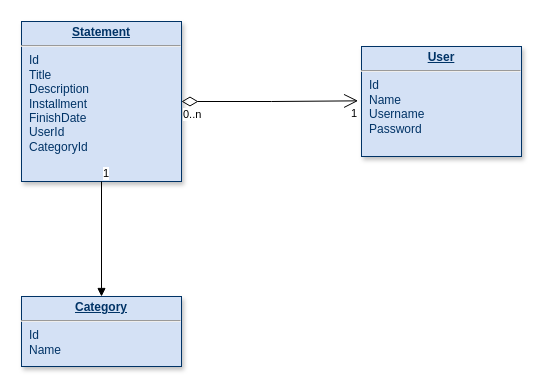
Before: data-model-example.drawio in gustavo-bossolani/cow-api, a draw.io diagram. Source tidied: cells renumbered, new cells numbered last; positions are measured from the earlier drawing's top-left corner, leaving out a move shared by most shapes. Both pictures are drawn from the tidied source at 100%, with x=0, y=0 at pixel (21, 21).
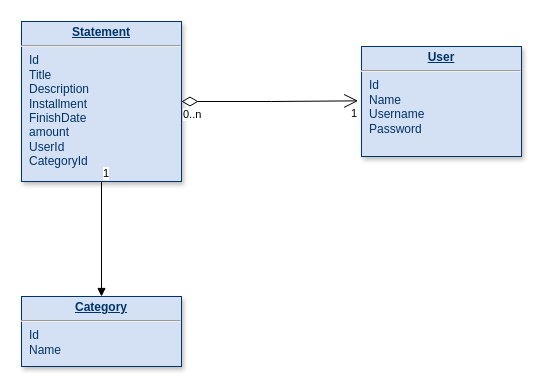
The same diagram, later.

Commit message:
update data-model file

The edit, as a diff of the source:
```diff
@@
 <mxGraphModel>
   <root>
     <mxCell id="0" />
     <mxCell id="1" parent="0" />
-    <mxCell id="2" value="&lt;p style=&quot;margin: 0px ; margin-top: 4px ; text-align: center ; text-decoration: underline&quot;&gt;&lt;strong&gt;Statement&lt;/strong&gt;&lt;/p&gt;&lt;hr&gt;&lt;p style=&quot;margin: 0px ; margin-left: 8px&quot;&gt;Id&lt;/p&gt;&lt;p style=&quot;margin: 0px ; margin-left: 8px&quot;&gt;Title&lt;/p&gt;&lt;p style=&quot;margin: 0px ; margin-left: 8px&quot;&gt;Description&lt;/p&gt;&lt;p style=&quot;margin: 0px ; margin-left: 8px&quot;&gt;Installment&lt;br&gt;&lt;/p&gt;&lt;p style=&quot;margin: 0px ; margin-left: 8px&quot;&gt;FinishDate&lt;/p&gt;&lt;p style=&quot;margin: 0px ; margin-left: 8px&quot;&gt;UserId&lt;br&gt;&lt;/p&gt;&lt;p style=&quot;margin: 0px ; margin-left: 8px&quot;&gt;CategoryId&lt;/p&gt;&lt;p style=&quot;margin: 0px ; margin-left: 8px&quot;&gt;&lt;br&gt;&lt;/p&gt;" style="verticalAlign=top;align=left;overflow=fill;fontSize=12;fontFamily=Helvetica;html=1;strokeColor=#003366;shadow=1;fillColor=#D4E1F5;fontColor=#003366;" parent="1" vertex="1">
+    <mxCell id="2" value="&lt;p style=&quot;margin: 0px ; margin-top: 4px ; text-align: center ; text-decoration: underline&quot;&gt;&lt;strong&gt;Statement&lt;/strong&gt;&lt;/p&gt;&lt;hr&gt;&lt;p style=&quot;margin: 0px ; margin-left: 8px&quot;&gt;Id&lt;/p&gt;&lt;p style=&quot;margin: 0px ; margin-left: 8px&quot;&gt;Title&lt;/p&gt;&lt;p style=&quot;margin: 0px ; margin-left: 8px&quot;&gt;Description&lt;/p&gt;&lt;p style=&quot;margin: 0px ; margin-left: 8px&quot;&gt;Installment&lt;br&gt;&lt;/p&gt;&lt;p style=&quot;margin: 0px ; margin-left: 8px&quot;&gt;FinishDate&lt;/p&gt;&lt;p style=&quot;margin: 0px ; margin-left: 8px&quot;&gt;amount&lt;/p&gt;&lt;p style=&quot;margin: 0px ; margin-left: 8px&quot;&gt;UserId&lt;br&gt;&lt;/p&gt;&lt;p style=&quot;margin: 0px ; margin-left: 8px&quot;&gt;CategoryId&lt;/p&gt;&lt;p style=&quot;margin: 0px ; margin-left: 8px&quot;&gt;&lt;br&gt;&lt;/p&gt;" style="verticalAlign=top;align=left;overflow=fill;fontSize=12;fontFamily=Helvetica;html=1;strokeColor=#003366;shadow=1;fillColor=#D4E1F5;fontColor=#003366;" parent="1" vertex="1">
       <mxGeometry width="160" height="160" as="geometry" />
     </mxCell>
     <mxCell id="3" value="&lt;p style=&quot;margin: 0px ; margin-top: 4px ; text-align: center ; text-decoration: underline&quot;&gt;&lt;b&gt;User&lt;/b&gt;&lt;/p&gt;&lt;hr&gt;&lt;p style=&quot;margin: 0px ; margin-left: 8px&quot;&gt;Id&lt;/p&gt;&lt;p style=&quot;margin: 0px ; margin-left: 8px&quot;&gt;Name&lt;/p&gt;&lt;p style=&quot;margin: 0px ; margin-left: 8px&quot;&gt;Username&lt;/p&gt;&lt;p style=&quot;margin: 0px ; margin-left: 8px&quot;&gt;Password&lt;/p&gt;&lt;p style=&quot;margin: 0px ; margin-left: 8px&quot;&gt;&lt;br&gt;&lt;/p&gt;&lt;p style=&quot;margin: 0px ; margin-left: 8px&quot;&gt;&lt;br&gt;&lt;/p&gt;" style="verticalAlign=top;align=left;overflow=fill;fontSize=12;fontFamily=Helvetica;html=1;strokeColor=#003366;shadow=1;fillColor=#D4E1F5;fontColor=#003366;" parent="1" vertex="1">
       <mxGeometry x="340" y="25" width="160" height="110" as="geometry" />
     </mxCell>
     <mxCell id="4" value="&lt;p style=&quot;margin: 0px ; margin-top: 4px ; text-align: center ; text-decoration: underline&quot;&gt;&lt;b&gt;Category&lt;/b&gt;&lt;/p&gt;&lt;hr&gt;&lt;p style=&quot;margin: 0px ; margin-left: 8px&quot;&gt;Id&lt;/p&gt;&lt;p style=&quot;margin: 0px ; margin-left: 8px&quot;&gt;Name&lt;/p&gt;&lt;p style=&quot;margin: 0px ; margin-left: 8px&quot;&gt;&lt;br&gt;&lt;/p&gt;&lt;p style=&quot;margin: 0px ; margin-left: 8px&quot;&gt;&lt;br&gt;&lt;/p&gt;" style="verticalAlign=top;align=left;overflow=fill;fontSize=12;fontFamily=Helvetica;html=1;strokeColor=#003366;shadow=1;fillColor=#D4E1F5;fontColor=#003366;" parent="1" vertex="1">
       <mxGeometry y="275" width="160" height="70" as="geometry" />
     </mxCell>
     <mxCell id="5" value="&lt;br&gt;" style="endArrow=block;endFill=1;html=1;edgeStyle=orthogonalEdgeStyle;align=left;verticalAlign=top;rounded=0;entryX=0.5;entryY=0;entryDx=0;entryDy=0;exitX=0.5;exitY=1;exitDx=0;exitDy=0;" parent="1" edge="1" source="2" target="4">
       <mxGeometry x="-1" relative="1" as="geometry" />
     </mxCell>
     <mxCell id="6" value="1" style="edgeLabel;html=1;align=left;verticalAlign=bottom;" parent="5" vertex="1">
       <mxGeometry x="-1" relative="1" as="geometry" />
     </mxCell>
     <mxCell id="7" style="endArrow=open;html=1;endSize=12;startArrow=diamondThin;startSize=14;startFill=0;edgeStyle=orthogonalEdgeStyle;rounded=0;exitX=1;exitY=0.5;exitDx=0;exitDy=0;entryX=-0.021;entryY=0.494;entryDx=0;entryDy=0;entryPerimeter=0;" parent="1" edge="1" source="2" target="3">
       <mxGeometry relative="1" as="geometry" />
     </mxCell>
     <mxCell id="8" value="0..n" style="edgeLabel;html=1;align=left;verticalAlign=top;" parent="7" vertex="1">
       <mxGeometry x="-1" relative="1" as="geometry" />
     </mxCell>
     <mxCell id="9" value="1" style="edgeLabel;html=1;align=right;verticalAlign=top;" parent="7" vertex="1">
       <mxGeometry x="1" relative="1" as="geometry" />
     </mxCell>
   </root>
 </mxGraphModel>
```
